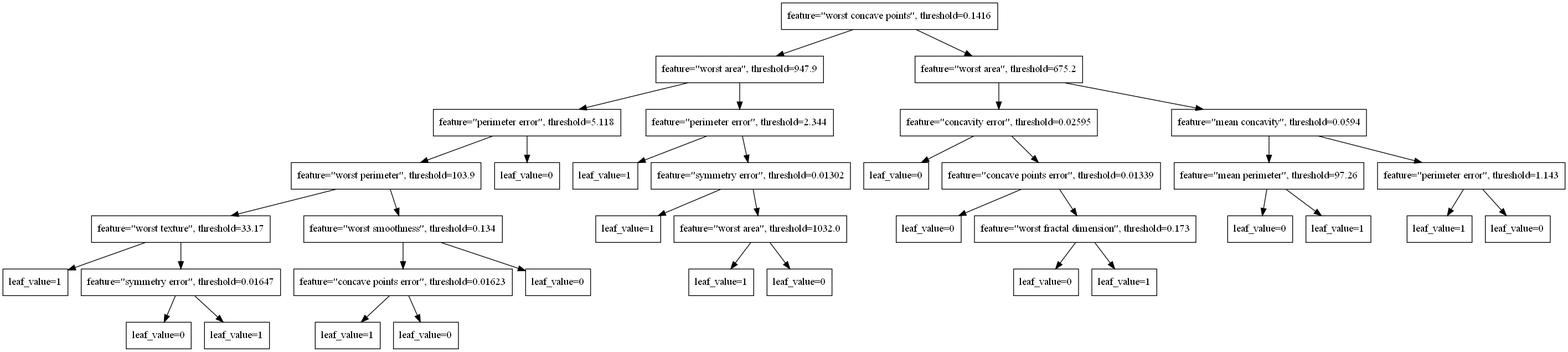
aimirghani/Decision-Tree-from-Scratch keeps this Graphviz diagram as imgs/dt.png. Above is the earlier version. Its source is kept beside it as imgs/dt.dot. Its diagram source:
```dot
digraph "Decision Tree" {
	node [shape=box]
	"feature=\"worst concave points\", threshold=0.1416" -> "feature=\"worst area\", threshold=947.9"
	node [shape=box]
	"feature=\"worst concave points\", threshold=0.1416" -> "feature=\"worst area\", threshold=675.2"
	node [shape=box]
	"feature=\"worst area\", threshold=947.9" -> "feature=\"perimeter error\", threshold=5.118"
	node [shape=box]
	"feature=\"worst area\", threshold=947.9" -> "feature=\"perimeter error\", threshold=2.344"
	node [shape=box]
	"feature=\"perimeter error\", threshold=5.118" -> "feature=\"worst perimeter\", threshold=103.9"
	node [shape=box]
	"af827598-580a-4b51-8f30-1ff09013a850" [label=<leaf_value=0>]
	"feature=\"perimeter error\", threshold=5.118" -> "af827598-580a-4b51-8f30-1ff09013a850"
	node [shape=box]
	"feature=\"worst perimeter\", threshold=103.9" -> "feature=\"worst texture\", threshold=33.17"
	node [shape=box]
	"feature=\"worst perimeter\", threshold=103.9" -> "feature=\"worst smoothness\", threshold=0.134"
	node [shape=box]
	"424bd1b1-28b6-49b9-8845-8cc70e94f923" [label=<leaf_value=1>]
	"feature=\"worst texture\", threshold=33.17" -> "424bd1b1-28b6-49b9-8845-8cc70e94f923"
	node [shape=box]
	"feature=\"worst texture\", threshold=33.17" -> "feature=\"symmetry error\", threshold=0.01647"
	node [shape=box]
	"3c82fe27-f362-4aca-b432-e9ffe9eab958" [label=<leaf_value=0>]
	"feature=\"symmetry error\", threshold=0.01647" -> "3c82fe27-f362-4aca-b432-e9ffe9eab958"
	node [shape=box]
	"a8ab2795-7ad9-4d48-af07-2578eb32a1eb" [label=<leaf_value=1>]
	"feature=\"symmetry error\", threshold=0.01647" -> "a8ab2795-7ad9-4d48-af07-2578eb32a1eb"
	node [shape=box]
	"feature=\"worst smoothness\", threshold=0.134" -> "feature=\"concave points error\", threshold=0.01623"
	node [shape=box]
	"797e09a8-59c3-4f14-976b-4be13296175e" [label=<leaf_value=0>]
	"feature=\"worst smoothness\", threshold=0.134" -> "797e09a8-59c3-4f14-976b-4be13296175e"
	node [shape=box]
	"e302cf77-7239-4ae9-9f9f-93b2b9d64eaa" [label=<leaf_value=1>]
	"feature=\"concave points error\", threshold=0.01623" -> "e302cf77-7239-4ae9-9f9f-93b2b9d64eaa"
	node [shape=box]
	"63396ac7-d683-49a8-9f58-dd71091efdd0" [label=<leaf_value=0>]
	"feature=\"concave points error\", threshold=0.01623" -> "63396ac7-d683-49a8-9f58-dd71091efdd0"
	node [shape=box]
	"c71406d8-78b1-4e48-8c7f-08c3179b773d" [label=<leaf_value=1>]
	"feature=\"perimeter error\", threshold=2.344" -> "c71406d8-78b1-4e48-8c7f-08c3179b773d"
	node [shape=box]
	"feature=\"perimeter error\", threshold=2.344" -> "feature=\"symmetry error\", threshold=0.01302"
	node [shape=box]
	"1f551be5-24e5-4cdd-acd3-f30ffc225420" [label=<leaf_value=1>]
	"feature=\"symmetry error\", threshold=0.01302" -> "1f551be5-24e5-4cdd-acd3-f30ffc225420"
	node [shape=box]
	"feature=\"symmetry error\", threshold=0.01302" -> "feature=\"worst area\", threshold=1032.0"
	node [shape=box]
	"f0c7e840-bcc8-42e7-ba3b-9e31c9d209ba" [label=<leaf_value=1>]
	"feature=\"worst area\", threshold=1032.0" -> "f0c7e840-bcc8-42e7-ba3b-9e31c9d209ba"
	node [shape=box]
	"2e998c16-83ef-4ab0-9380-4e34ad5deea3" [label=<leaf_value=0>]
	"feature=\"worst area\", threshold=1032.0" -> "2e998c16-83ef-4ab0-9380-4e34ad5deea3"
	node [shape=box]
	"feature=\"worst area\", threshold=675.2" -> "feature=\"concavity error\", threshold=0.02595"
	node [shape=box]
	"feature=\"worst area\", threshold=675.2" -> "feature=\"mean concavity\", threshold=0.0594"
	node [shape=box]
	"cec77950-12ea-4cc9-8335-b6041fdb2d38" [label=<leaf_value=0>]
	"feature=\"concavity error\", threshold=0.02595" -> "cec77950-12ea-4cc9-8335-b6041fdb2d38"
	node [shape=box]
	"feature=\"concavity error\", threshold=0.02595" -> "feature=\"concave points error\", threshold=0.01339"
	node [shape=box]
	"eeb9ccfc-bde8-4fba-b6fe-da760c84b3e5" [label=<leaf_value=0>]
	"feature=\"concave points error\", threshold=0.01339" -> "eeb9ccfc-bde8-4fba-b6fe-da760c84b3e5"
	node [shape=box]
	"feature=\"concave points error\", threshold=0.01339" -> "feature=\"worst fractal dimension\", threshold=0.173"
	node [shape=box]
	"919f40ba-ec0d-4dc0-948e-52727757c3e9" [label=<leaf_value=0>]
	"feature=\"worst fractal dimension\", threshold=0.173" -> "919f40ba-ec0d-4dc0-948e-52727757c3e9"
	node [shape=box]
	"58ee76b6-09f0-4597-ba06-3e786d45e85f" [label=<leaf_value=1>]
	"feature=\"worst fractal dimension\", threshold=0.173" -> "58ee76b6-09f0-4597-ba06-3e786d45e85f"
	node [shape=box]
	"feature=\"mean concavity\", threshold=0.0594" -> "feature=\"mean perimeter\", threshold=97.26"
	node [shape=box]
	"feature=\"mean concavity\", threshold=0.0594" -> "feature=\"perimeter error\", threshold=1.143"
	node [shape=box]
	"914de3ee-3cbe-46e8-9067-21abe8ffa717" [label=<leaf_value=0>]
	"feature=\"mean perimeter\", threshold=97.26" -> "914de3ee-3cbe-46e8-9067-21abe8ffa717"
	node [shape=box]
	"a0a0f4a5-628c-44db-8d04-95aaba13c787" [label=<leaf_value=1>]
	"feature=\"mean perimeter\", threshold=97.26" -> "a0a0f4a5-628c-44db-8d04-95aaba13c787"
	node [shape=box]
	"37ea3819-43c5-44c5-af29-80de636685c7" [label=<leaf_value=1>]
	"feature=\"perimeter error\", threshold=1.143" -> "37ea3819-43c5-44c5-af29-80de636685c7"
	node [shape=box]
	"395a7101-bc43-4036-8809-a1638f996200" [label=<leaf_value=0>]
	"feature=\"perimeter error\", threshold=1.143" -> "395a7101-bc43-4036-8809-a1638f996200"
}
```
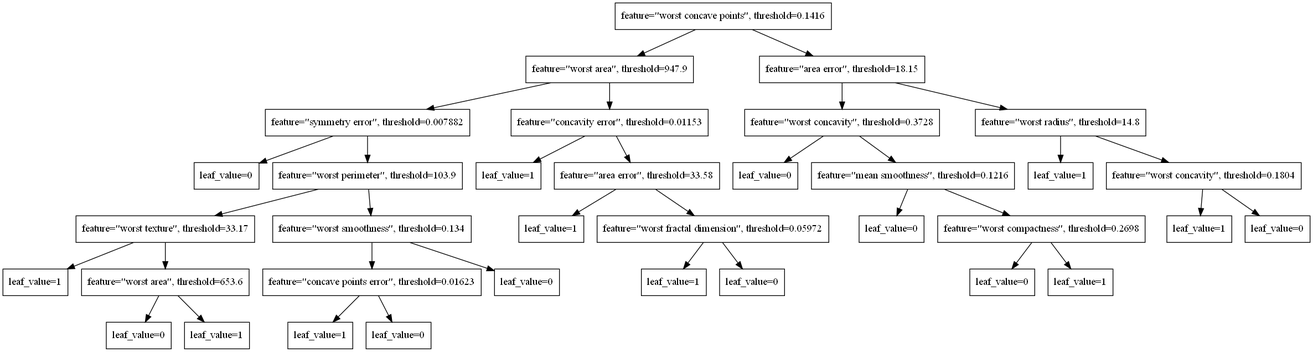
Above is the later version.

The edit, as a diff of the source:
```diff
@@ -2,92 +2,87 @@
 	node [shape=box]
 	"feature=\"worst concave points\", threshold=0.1416" -> "feature=\"worst area\", threshold=947.9"
 	node [shape=box]
-	"feature=\"worst concave points\", threshold=0.1416" -> "feature=\"worst area\", threshold=675.2"
+	"feature=\"worst concave points\", threshold=0.1416" -> "feature=\"area error\", threshold=18.15"
 	node [shape=box]
-	"feature=\"worst area\", threshold=947.9" -> "feature=\"perimeter error\", threshold=5.118"
+	"feature=\"worst area\", threshold=947.9" -> "feature=\"symmetry error\", threshold=0.007882"
 	node [shape=box]
-	"feature=\"worst area\", threshold=947.9" -> "feature=\"perimeter error\", threshold=2.344"
+	"feature=\"worst area\", threshold=947.9" -> "feature=\"concavity error\", threshold=0.01153"
 	node [shape=box]
-	"feature=\"perimeter error\", threshold=5.118" -> "feature=\"worst perimeter\", threshold=103.9"
+	"3fbe4550-59f9-40d0-8aa0-72375a018f3a" [label=<leaf_value=0>]
+	"feature=\"symmetry error\", threshold=0.007882" -> "3fbe4550-59f9-40d0-8aa0-72375a018f3a"
 	node [shape=box]
-	"af827598-580a-4b51-8f30-1ff09013a850" [label=<leaf_value=0>]
-	"feature=\"perimeter error\", threshold=5.118" -> "af827598-580a-4b51-8f30-1ff09013a850"
+	"feature=\"symmetry error\", threshold=0.007882" -> "feature=\"worst perimeter\", threshold=103.9"
 	node [shape=box]
 	"feature=\"worst perimeter\", threshold=103.9" -> "feature=\"worst texture\", threshold=33.17"
 	node [shape=box]
 	"feature=\"worst perimeter\", threshold=103.9" -> "feature=\"worst smoothness\", threshold=0.134"
 	node [shape=box]
-	"424bd1b1-28b6-49b9-8845-8cc70e94f923" [label=<leaf_value=1>]
-	"feature=\"worst texture\", threshold=33.17" -> "424bd1b1-28b6-49b9-8845-8cc70e94f923"
+	"f9c183ba-e48e-42d2-b4a8-7d53c494611b" [label=<leaf_value=1>]
+	"feature=\"worst texture\", threshold=33.17" -> "f9c183ba-e48e-42d2-b4a8-7d53c494611b"
 	node [shape=box]
-	"feature=\"worst texture\", threshold=33.17" -> "feature=\"symmetry error\", threshold=0.01647"
+	"feature=\"worst texture\", threshold=33.17" -> "feature=\"worst area\", threshold=653.6"
 	node [shape=box]
-	"3c82fe27-f362-4aca-b432-e9ffe9eab958" [label=<leaf_value=0>]
-	"feature=\"symmetry error\", threshold=0.01647" -> "3c82fe27-f362-4aca-b432-e9ffe9eab958"
+	"bf740053-a9aa-4c4b-90ba-5d74992cbf5e" [label=<leaf_value=0>]
+	"feature=\"worst area\", threshold=653.6" -> "bf740053-a9aa-4c4b-90ba-5d74992cbf5e"
 	node [shape=box]
-	"a8ab2795-7ad9-4d48-af07-2578eb32a1eb" [label=<leaf_value=1>]
-	"feature=\"symmetry error\", threshold=0.01647" -> "a8ab2795-7ad9-4d48-af07-2578eb32a1eb"
+	"40c512ae-399e-42a9-a304-954ba0c02cf6" [label=<leaf_value=1>]
+	"feature=\"worst area\", threshold=653.6" -> "40c512ae-399e-42a9-a304-954ba0c02cf6"
 	node [shape=box]
 	"feature=\"worst smoothness\", threshold=0.134" -> "feature=\"concave points error\", threshold=0.01623"
 	node [shape=box]
-	"797e09a8-59c3-4f14-976b-4be13296175e" [label=<leaf_value=0>]
-	"feature=\"worst smoothness\", threshold=0.134" -> "797e09a8-59c3-4f14-976b-4be13296175e"
+	"da87e929-0b7d-4b86-ab24-8afd4501280b" [label=<leaf_value=0>]
+	"feature=\"worst smoothness\", threshold=0.134" -> "da87e929-0b7d-4b86-ab24-8afd4501280b"
 	node [shape=box]
-	"e302cf77-7239-4ae9-9f9f-93b2b9d64eaa" [label=<leaf_value=1>]
-	"feature=\"concave points error\", threshold=0.01623" -> "e302cf77-7239-4ae9-9f9f-93b2b9d64eaa"
+	"e69ea177-4760-4b68-8a3c-9f98c2bf6432" [label=<leaf_value=1>]
+	"feature=\"concave points error\", threshold=0.01623" -> "e69ea177-4760-4b68-8a3c-9f98c2bf6432"
 	node [shape=box]
-	"63396ac7-d683-49a8-9f58-dd71091efdd0" [label=<leaf_value=0>]
-	"feature=\"concave points error\", threshold=0.01623" -> "63396ac7-d683-49a8-9f58-dd71091efdd0"
+	"91e0be41-9e2d-4c65-bf8a-b664f14344a3" [label=<leaf_value=0>]
+	"feature=\"concave points error\", threshold=0.01623" -> "91e0be41-9e2d-4c65-bf8a-b664f14344a3"
 	node [shape=box]
-	"c71406d8-78b1-4e48-8c7f-08c3179b773d" [label=<leaf_value=1>]
-	"feature=\"perimeter error\", threshold=2.344" -> "c71406d8-78b1-4e48-8c7f-08c3179b773d"
+	"c482f12a-2058-45c5-9362-c4448c7aca36" [label=<leaf_value=1>]
+	"feature=\"concavity error\", threshold=0.01153" -> "c482f12a-2058-45c5-9362-c4448c7aca36"
 	node [shape=box]
-	"feature=\"perimeter error\", threshold=2.344" -> "feature=\"symmetry error\", threshold=0.01302"
+	"feature=\"concavity error\", threshold=0.01153" -> "feature=\"area error\", threshold=33.58"
 	node [shape=box]
-	"1f551be5-24e5-4cdd-acd3-f30ffc225420" [label=<leaf_value=1>]
-	"feature=\"symmetry error\", threshold=0.01302" -> "1f551be5-24e5-4cdd-acd3-f30ffc225420"
+	"46ef580c-2db0-4f33-aae1-feec4bbfb16c" [label=<leaf_value=1>]
+	"feature=\"area error\", threshold=33.58" -> "46ef580c-2db0-4f33-aae1-feec4bbfb16c"
 	node [shape=box]
-	"feature=\"symmetry error\", threshold=0.01302" -> "feature=\"worst area\", threshold=1032.0"
+	"feature=\"area error\", threshold=33.58" -> "feature=\"worst fractal dimension\", threshold=0.05972"
 	node [shape=box]
-	"f0c7e840-bcc8-42e7-ba3b-9e31c9d209ba" [label=<leaf_value=1>]
-	"feature=\"worst area\", threshold=1032.0" -> "f0c7e840-bcc8-42e7-ba3b-9e31c9d209ba"
+	"9eec6c9d-0e57-423d-8233-771d92fb643f" [label=<leaf_value=1>]
+	"feature=\"worst fractal dimension\", threshold=0.05972" -> "9eec6c9d-0e57-423d-8233-771d92fb643f"
 	node [shape=box]
-	"2e998c16-83ef-4ab0-9380-4e34ad5deea3" [label=<leaf_value=0>]
-	"feature=\"worst area\", threshold=1032.0" -> "2e998c16-83ef-4ab0-9380-4e34ad5deea3"
+	"e1ba9916-2601-424a-9d6d-65ede45d7d30" [label=<leaf_value=0>]
+	"feature=\"worst fractal dimension\", threshold=0.05972" -> "e1ba9916-2601-424a-9d6d-65ede45d7d30"
 	node [shape=box]
-	"feature=\"worst area\", threshold=675.2" -> "feature=\"concavity error\", threshold=0.02595"
+	"feature=\"area error\", threshold=18.15" -> "feature=\"worst concavity\", threshold=0.3728"
 	node [shape=box]
-	"feature=\"worst area\", threshold=675.2" -> "feature=\"mean concavity\", threshold=0.0594"
+	"feature=\"area error\", threshold=18.15" -> "feature=\"worst radius\", threshold=14.8"
 	node [shape=box]
-	"cec77950-12ea-4cc9-8335-b6041fdb2d38" [label=<leaf_value=0>]
-	"feature=\"concavity error\", threshold=0.02595" -> "cec77950-12ea-4cc9-8335-b6041fdb2d38"
+	"73b8cc1d-ac56-4b01-a750-5928b20f3277" [label=<leaf_value=0>]
+	"feature=\"worst concavity\", threshold=0.3728" -> "73b8cc1d-ac56-4b01-a750-5928b20f3277"
 	node [shape=box]
-	"feature=\"concavity error\", threshold=0.02595" -> "feature=\"concave points error\", threshold=0.01339"
+	"feature=\"worst concavity\", threshold=0.3728" -> "feature=\"mean smoothness\", threshold=0.1216"
 	node [shape=box]
-	"eeb9ccfc-bde8-4fba-b6fe-da760c84b3e5" [label=<leaf_value=0>]
-	"feature=\"concave points error\", threshold=0.01339" -> "eeb9ccfc-bde8-4fba-b6fe-da760c84b3e5"
+	"41fbe95c-d990-47ba-a335-089488f5a03f" [label=<leaf_value=0>]
+	"feature=\"mean smoothness\", threshold=0.1216" -> "41fbe95c-d990-47ba-a335-089488f5a03f"
 	node [shape=box]
-	"feature=\"concave points error\", threshold=0.01339" -> "feature=\"worst fractal dimension\", threshold=0.173"
+	"feature=\"mean smoothness\", threshold=0.1216" -> "feature=\"worst compactness\", threshold=0.2698"
 	node [shape=box]
-	"919f40ba-ec0d-4dc0-948e-52727757c3e9" [label=<leaf_value=0>]
-	"feature=\"worst fractal dimension\", threshold=0.173" -> "919f40ba-ec0d-4dc0-948e-52727757c3e9"
+	"561059e1-501c-404e-8db9-805ae932b6b3" [label=<leaf_value=0>]
+	"feature=\"worst compactness\", threshold=0.2698" -> "561059e1-501c-404e-8db9-805ae932b6b3"
 	node [shape=box]
-	"58ee76b6-09f0-4597-ba06-3e786d45e85f" [label=<leaf_value=1>]
-	"feature=\"worst fractal dimension\", threshold=0.173" -> "58ee76b6-09f0-4597-ba06-3e786d45e85f"
+	"add8a419-3a93-40fc-ba24-1e38f5f2e65b" [label=<leaf_value=1>]
+	"feature=\"worst compactness\", threshold=0.2698" -> "add8a419-3a93-40fc-ba24-1e38f5f2e65b"
 	node [shape=box]
-	"feature=\"mean concavity\", threshold=0.0594" -> "feature=\"mean perimeter\", threshold=97.26"
+	"9c3ff864-ef29-48c3-beb7-e485ee31c1f7" [label=<leaf_value=1>]
+	"feature=\"worst radius\", threshold=14.8" -> "9c3ff864-ef29-48c3-beb7-e485ee31c1f7"
 	node [shape=box]
-	"feature=\"mean concavity\", threshold=0.0594" -> "feature=\"perimeter error\", threshold=1.143"
+	"feature=\"worst radius\", threshold=14.8" -> "feature=\"worst concavity\", threshold=0.1804"
 	node [shape=box]
-	"914de3ee-3cbe-46e8-9067-21abe8ffa717" [label=<leaf_value=0>]
-	"feature=\"mean perimeter\", threshold=97.26" -> "914de3ee-3cbe-46e8-9067-21abe8ffa717"
+	"ee138332-b26e-421d-832e-63b9f0bcd189" [label=<leaf_value=1>]
+	"feature=\"worst concavity\", threshold=0.1804" -> "ee138332-b26e-421d-832e-63b9f0bcd189"
 	node [shape=box]
-	"a0a0f4a5-628c-44db-8d04-95aaba13c787" [label=<leaf_value=1>]
-	"feature=\"mean perimeter\", threshold=97.26" -> "a0a0f4a5-628c-44db-8d04-95aaba13c787"
-	node [shape=box]
-	"37ea3819-43c5-44c5-af29-80de636685c7" [label=<leaf_value=1>]
-	"feature=\"perimeter error\", threshold=1.143" -> "37ea3819-43c5-44c5-af29-80de636685c7"
-	node [shape=box]
-	"395a7101-bc43-4036-8809-a1638f996200" [label=<leaf_value=0>]
-	"feature=\"perimeter error\", threshold=1.143" -> "395a7101-bc43-4036-8809-a1638f996200"
+	"0c75b7d0-6579-4e9c-a7fa-0ec4c9fad760" [label=<leaf_value=0>]
+	"feature=\"worst concavity\", threshold=0.1804" -> "0c75b7d0-6579-4e9c-a7fa-0ec4c9fad760"
 }
```
